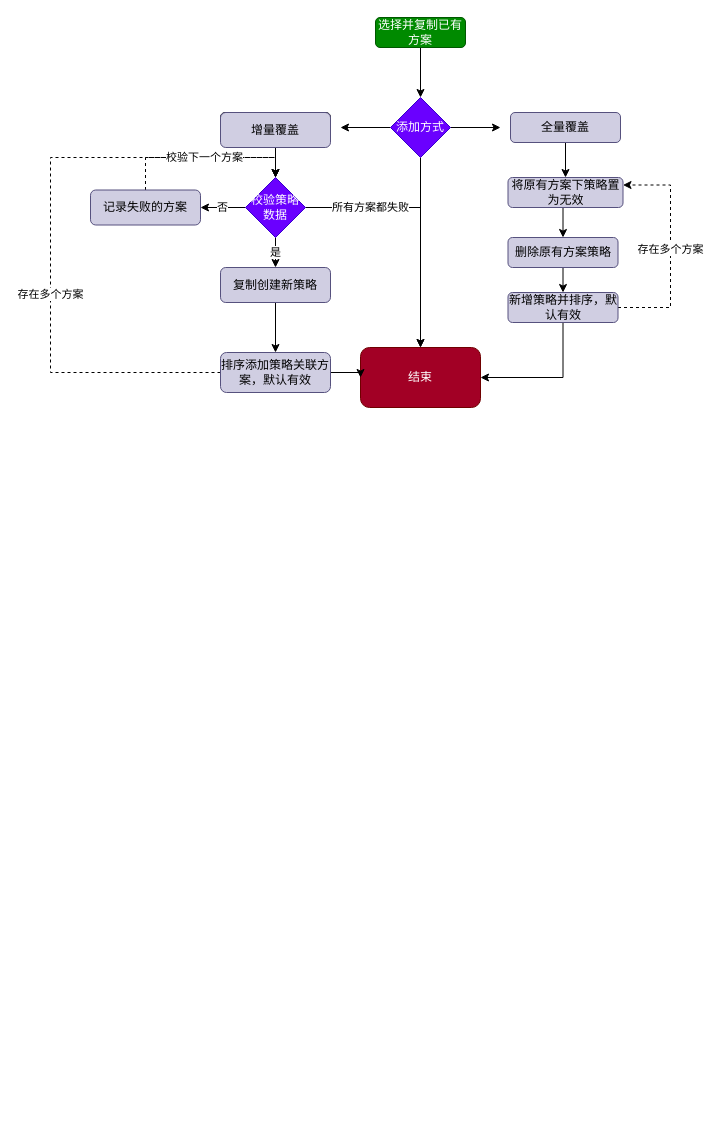
Before: 未命名绘图.drawio in y13513867074/draw, a draw.io diagram. Source tidied: cells renumbered, new cells numbered last; positions are measured from the earlier drawing's top-left corner, leaving out a move shared by most shapes. Both pictures are drawn from the tidied source at 100%, with x=0, y=0 at pixel (50, 17).
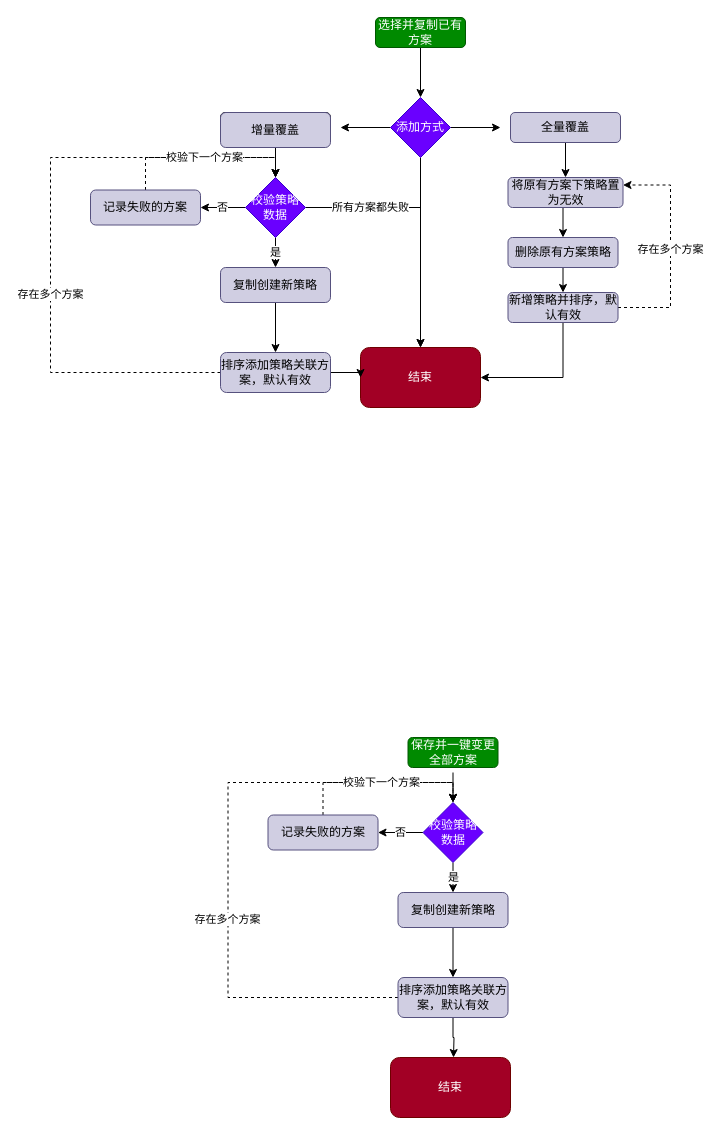
Above is the later version.

Commit message (it also covers changes not shown here):
触点经典菜单.drawio

Diff of the diagram source:
```diff
@@
+    <mxCell id="33" value="保存并一键变更全部方案" style="rounded=1;whiteSpace=wrap;html=1;fillColor=#008a00;strokeColor=#005700;fontColor=#ffffff;" parent="1" vertex="1">
+      <mxGeometry x="357.5" y="720" width="90" height="30" as="geometry" />
+    </mxCell>
+    <mxCell id="34" style="edgeStyle=none;rounded=0;jettySize=auto;html=1;exitX=0.5;exitY=1;exitDx=0;exitDy=0;entryX=0.5;entryY=0;entryDx=0;entryDy=0;" parent="1" edge="1" target="38">
+      <mxGeometry relative="1" as="geometry">
+        <mxPoint x="402.5" y="755" as="sourcePoint" />
+      </mxGeometry>
+    </mxCell>
+    <mxCell id="35" value="结束" style="rounded=1;whiteSpace=wrap;html=1;fillColor=#a20025;strokeColor=#6F0000;fontColor=#ffffff;" parent="1" vertex="1">
+      <mxGeometry x="340" y="1040" width="120" height="60" as="geometry" />
+    </mxCell>
+    <mxCell id="36" value="是" style="edgeStyle=orthogonalEdgeStyle;rounded=0;jettySize=auto;html=1;exitX=0.5;exitY=1;exitDx=0;exitDy=0;entryX=0.5;entryY=0;entryDx=0;entryDy=0;" parent="1" edge="1" source="38" target="40">
+      <mxGeometry relative="1" as="geometry" />
+    </mxCell>
+    <mxCell id="37" value="否" style="edgeStyle=orthogonalEdgeStyle;rounded=0;jettySize=auto;html=1;exitX=0;exitY=0.5;exitDx=0;exitDy=0;entryX=1;entryY=0.5;entryDx=0;entryDy=0;" parent="1" edge="1" source="38" target="46">
+      <mxGeometry relative="1" as="geometry" />
+    </mxCell>
+    <mxCell id="38" value="校验策略数据" style="rhombus;whiteSpace=wrap;html=1;fillColor=#6a00ff;fontColor=#ffffff;strokeColor=#3700CC;" parent="1" vertex="1">
+      <mxGeometry x="372.5" y="785" width="60" height="60" as="geometry" />
+    </mxCell>
+    <mxCell id="39" style="edgeStyle=orthogonalEdgeStyle;rounded=0;jettySize=auto;html=1;exitX=0.5;exitY=1;exitDx=0;exitDy=0;entryX=0.5;entryY=0;entryDx=0;entryDy=0;" parent="1" edge="1" source="40" target="44">
+      <mxGeometry relative="1" as="geometry" />
+    </mxCell>
+    <mxCell id="40" value="复制创建新策略" style="rounded=1;whiteSpace=wrap;html=1;fillColor=#d0cee2;strokeColor=#56517e;" parent="1" vertex="1">
+      <mxGeometry x="347.5" y="875" width="110" height="35" as="geometry" />
+    </mxCell>
+    <mxCell id="41" style="edgeStyle=orthogonalEdgeStyle;rounded=0;jettySize=auto;html=1;exitX=0;exitY=0.5;exitDx=0;exitDy=0;dashed=1;entryX=0.5;entryY=0;entryDx=0;entryDy=0;" parent="1" edge="1" source="44" target="38">
+      <mxGeometry relative="1" as="geometry">
+        <Array as="points">
+          <mxPoint x="177.5" y="980" />
+          <mxPoint x="177.5" y="765" />
+          <mxPoint x="402.5" y="765" />
+        </Array>
+      </mxGeometry>
+    </mxCell>
+    <mxCell id="42" value="存在多个方案" style="edgeLabel;html=1;align=center;verticalAlign=middle;" parent="41" vertex="1">
+      <mxGeometry x="-0.21" y="1" relative="1" as="geometry" />
+    </mxCell>
+    <mxCell id="43" style="edgeStyle=orthogonalEdgeStyle;rounded=0;jettySize=auto;html=1;exitX=0.5;exitY=1;exitDx=0;exitDy=0;" parent="1" edge="1" source="44">
+      <mxGeometry relative="1" as="geometry">
+        <mxPoint x="403" y="1040" as="targetPoint" />
+      </mxGeometry>
+    </mxCell>
+    <mxCell id="44" value="排序添加策略关联方案，默认有效" style="rounded=1;whiteSpace=wrap;html=1;fillColor=#d0cee2;strokeColor=#56517e;" parent="1" vertex="1">
+      <mxGeometry x="347.5" y="960" width="110" height="40" as="geometry" />
+    </mxCell>
+    <mxCell id="45" value="校验下一个方案" style="edgeStyle=orthogonalEdgeStyle;rounded=0;jettySize=auto;html=1;exitX=0.5;exitY=0;exitDx=0;exitDy=0;entryX=0.5;entryY=0;entryDx=0;entryDy=0;dashed=1;" parent="1" edge="1" source="46" target="38">
+      <mxGeometry relative="1" as="geometry" />
+    </mxCell>
+    <mxCell id="46" value="记录失败的方案" style="rounded=1;whiteSpace=wrap;html=1;fillColor=#d0cee2;strokeColor=#56517e;" parent="1" vertex="1">
+      <mxGeometry x="217.5" y="797.5" width="110" height="35" as="geometry" />
+    </mxCell>
```
